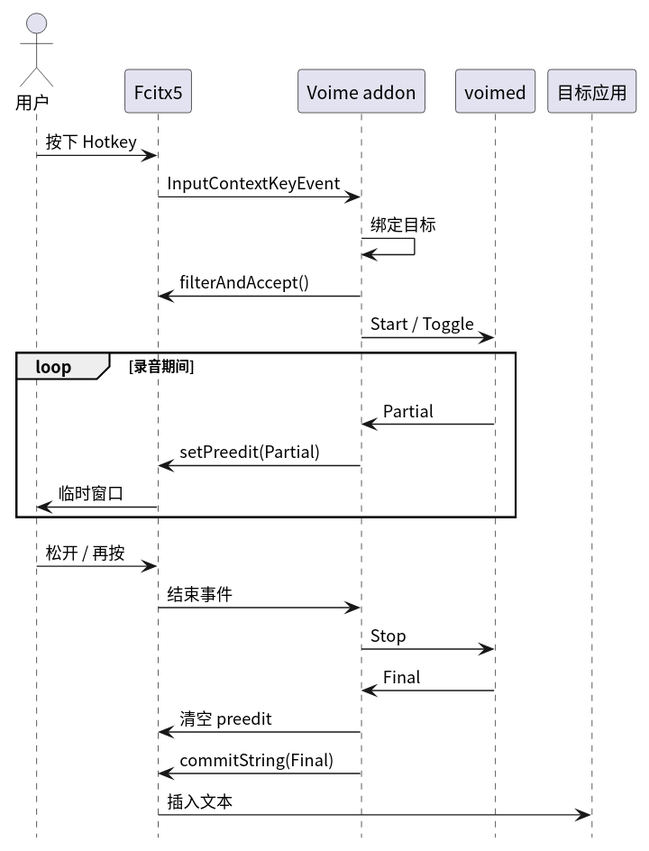
The PlantUML diagram frontends/fcitx/diagram/ptt-toggle.svg in 54m43lJ/voime, before a commit.
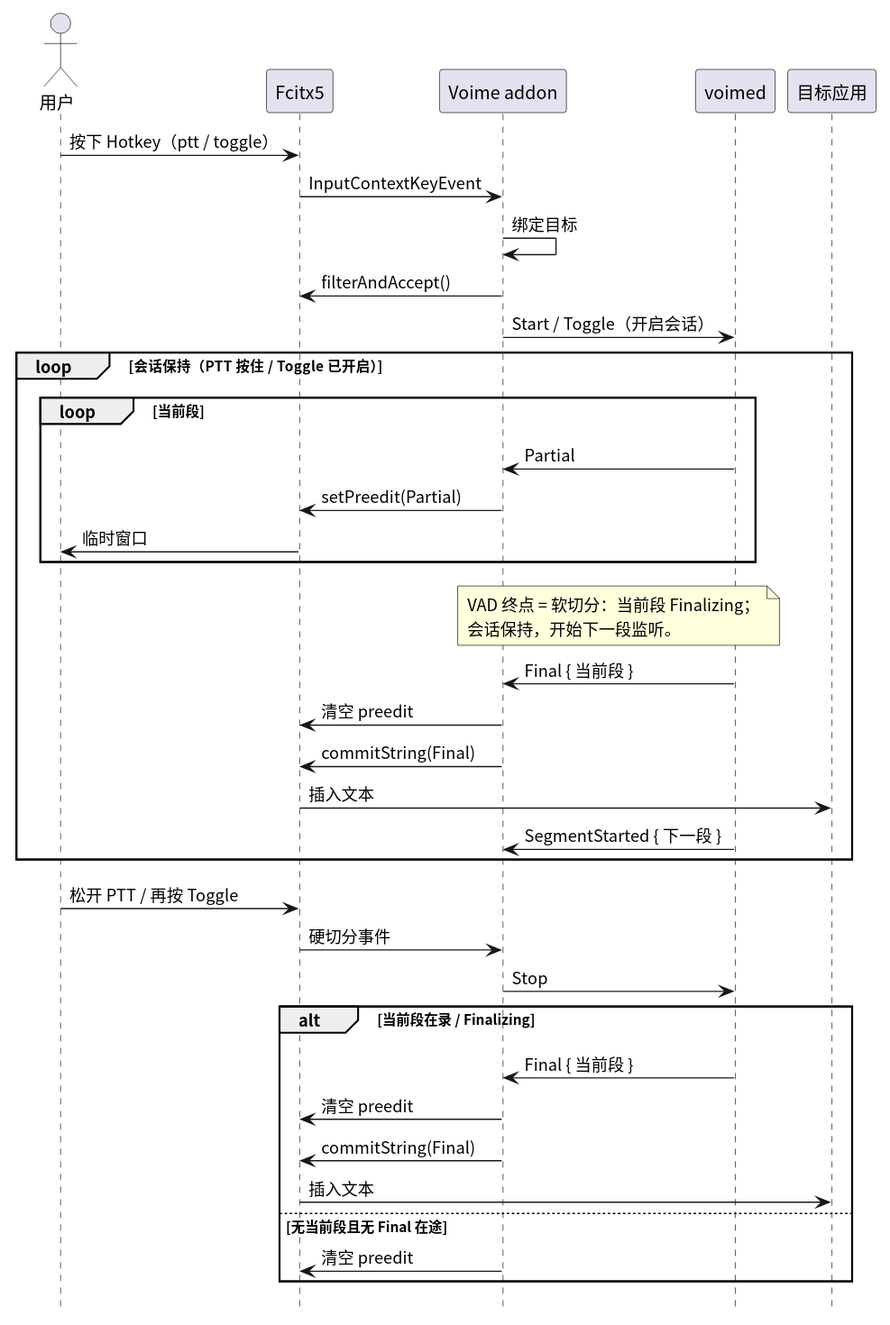
After the commit.

Change to the diagram source:
```diff
@@ -9,23 +9,41 @@
 participant "voimed" as Daemon
 participant "目标应用" as App
 
-User -> Fcitx : 按下 Hotkey
+User -> Fcitx : 按下 Hotkey（ptt / toggle）
 Fcitx -> Addon : InputContextKeyEvent
 Addon -> Addon : 绑定目标
 Addon -> Fcitx : filterAndAccept()
-Addon -> Daemon : Start / Toggle
+Addon -> Daemon : Start / Toggle（开启会话）
 
-loop 录音期间
-  Daemon -> Addon : Partial
-  Addon -> Fcitx : setPreedit(Partial)
-  Fcitx -> User : 临时窗口
+loop 会话保持（PTT 按住 / Toggle 已开启）
+  loop 当前段
+    Daemon -> Addon : Partial
+    Addon -> Fcitx : setPreedit(Partial)
+    Fcitx -> User : 临时窗口
+  end
+
+  note over Addon, Daemon
+    VAD 终点 = 软切分：当前段 Finalizing；
+    会话保持，开始下一段监听。
+  end note
+
+  Daemon -> Addon : Final { 当前段 }
+  Addon -> Fcitx : 清空 preedit
+  Addon -> Fcitx : commitString(Final)
+  Fcitx -> App : 插入文本
+  Daemon -> Addon : SegmentStarted { 下一段 }
 end
 
-User -> Fcitx : 松开 / 再按
-Fcitx -> Addon : 结束事件
+User -> Fcitx : 松开 PTT / 再按 Toggle
+Fcitx -> Addon : 硬切分事件
 Addon -> Daemon : Stop
-Daemon -> Addon : Final
-Addon -> Fcitx : 清空 preedit
-Addon -> Fcitx : commitString(Final)
-Fcitx -> App : 插入文本
+
+alt 当前段在录 / Finalizing
+  Daemon -> Addon : Final { 当前段 }
+  Addon -> Fcitx : 清空 preedit
+  Addon -> Fcitx : commitString(Final)
+  Fcitx -> App : 插入文本
+else 无当前段且无 Final 在途
+  Addon -> Fcitx : 清空 preedit
+end
 @enduml
```
